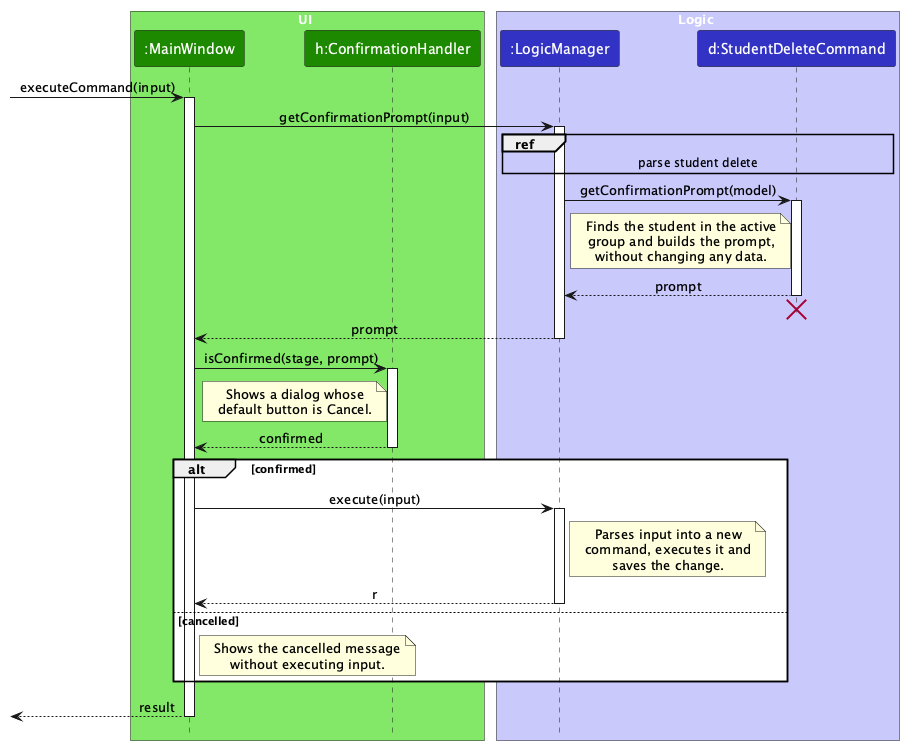
Above: docs/images/ConfirmationSequenceDiagram.png in AY2627S1-CS2103T-T12-4/tp (PlantUML), before the change. Its source is kept beside it as docs/diagrams/ConfirmationSequenceDiagram.puml. Source of this version:
```plantuml
@startuml
!include style.puml
skinparam ArrowFontStyle plain

box UI UI_COLOR_T1
participant ":MainWindow" as MainWindow UI_COLOR
participant "h:ConfirmationHandler" as Handler UI_COLOR
end box

box Logic LOGIC_COLOR_T1
participant ":LogicManager" as LogicManager LOGIC_COLOR
participant "d:StudentDeleteCommand" as Command LOGIC_COLOR
end box

[-> MainWindow : executeCommand(input)
activate MainWindow

MainWindow -> LogicManager : getConfirmationPrompt(input)
activate LogicManager

ref over LogicManager, Command : parse student delete

LogicManager -> Command : getConfirmationPrompt(model)
activate Command

note left of Command
  Finds the student in the active
  group and builds the prompt,
  without changing any data.
end note

Command --> LogicManager : prompt
deactivate Command
Command -[hidden]-> LogicManager
destroy Command

LogicManager --> MainWindow : prompt
deactivate LogicManager

MainWindow -> Handler : isConfirmed(stage, prompt)
activate Handler

note left of Handler
  Shows a dialog whose
  default button is Cancel.
end note

Handler --> MainWindow : confirmed
deactivate Handler

alt confirmed
  MainWindow -> LogicManager : execute(input)
  activate LogicManager

  note right of LogicManager
    Parses input into a new
    command, executes it and
    saves the change.
  end note

  LogicManager --> MainWindow : r
  deactivate LogicManager
else cancelled
  note right of MainWindow
    Shows the cancelled message
    without executing input.
  end note
end

[<-- MainWindow : result
deactivate MainWindow
@enduml
```
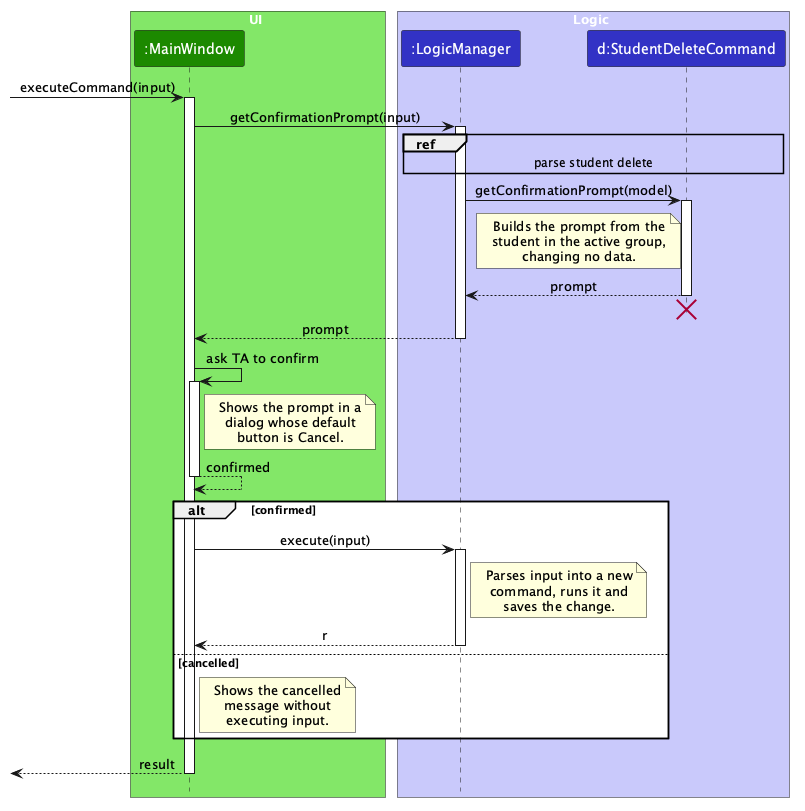
After the change.

Commit message:
Simplify the confirmation sequence diagram

The diagram has a ConfirmationHandler column, which exists only so that
tests can replace the dialog. At its width, the page shrinks the diagram
to 84%, so its text is smaller than the course's DG tips recommend.

Let's show the dialog as a step of MainWindow and shorten the notes,
which brings the diagram to 96%. The DG mentions the handler, as the
diagram is a simplified view.

Change to the diagram source:
```diff
@@ -4,7 +4,6 @@
 
 box UI UI_COLOR_T1
 participant ":MainWindow" as MainWindow UI_COLOR
-participant "h:ConfirmationHandler" as Handler UI_COLOR
 end box
 
 box Logic LOGIC_COLOR_T1
@@ -24,9 +23,9 @@
 activate Command
 
 note left of Command
-  Finds the student in the active
-  group and builds the prompt,
-  without changing any data.
+  Builds the prompt from the
+  student in the active group,
+  changing no data.
 end note
 
 Command --> LogicManager : prompt
@@ -37,16 +36,17 @@
 LogicManager --> MainWindow : prompt
 deactivate LogicManager
 
-MainWindow -> Handler : isConfirmed(stage, prompt)
-activate Handler
+MainWindow -> MainWindow : ask TA to confirm
+activate MainWindow
 
-note left of Handler
-  Shows a dialog whose
-  default button is Cancel.
+note right of MainWindow
+  Shows the prompt in a
+  dialog whose default
+  button is Cancel.
 end note
 
-Handler --> MainWindow : confirmed
-deactivate Handler
+MainWindow --> MainWindow : confirmed
+deactivate MainWindow
 
 alt confirmed
   MainWindow -> LogicManager : execute(input)
@@ -54,7 +54,7 @@
 
   note right of LogicManager
     Parses input into a new
-    command, executes it and
+    command, runs it and
     saves the change.
   end note
 
@@ -62,8 +62,9 @@
   deactivate LogicManager
 else cancelled
   note right of MainWindow
-    Shows the cancelled message
-    without executing input.
+    Shows the cancelled
+    message without
+    executing input.
   end note
 end
 
```
